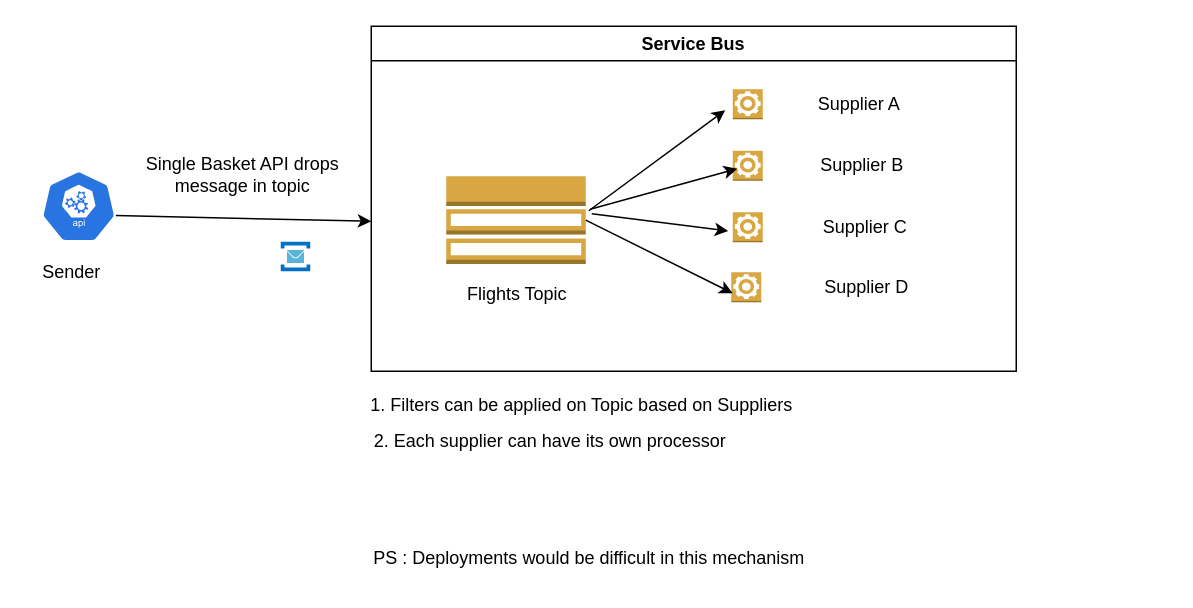
rahulpandey1589/solution-diagrams keeps this draw.io diagram as page "Flights" (2 of 2) of BookingProcess_Hotels.drawio. Above is the earlier version. Source tidied: cells renumbered, new cells numbered last; positions are measured from the earlier drawing's top-left corner, leaving out a move shared by most shapes. Both pictures are drawn from the tidied source at 150%, with x=0, y=0 at pixel (26, 26).
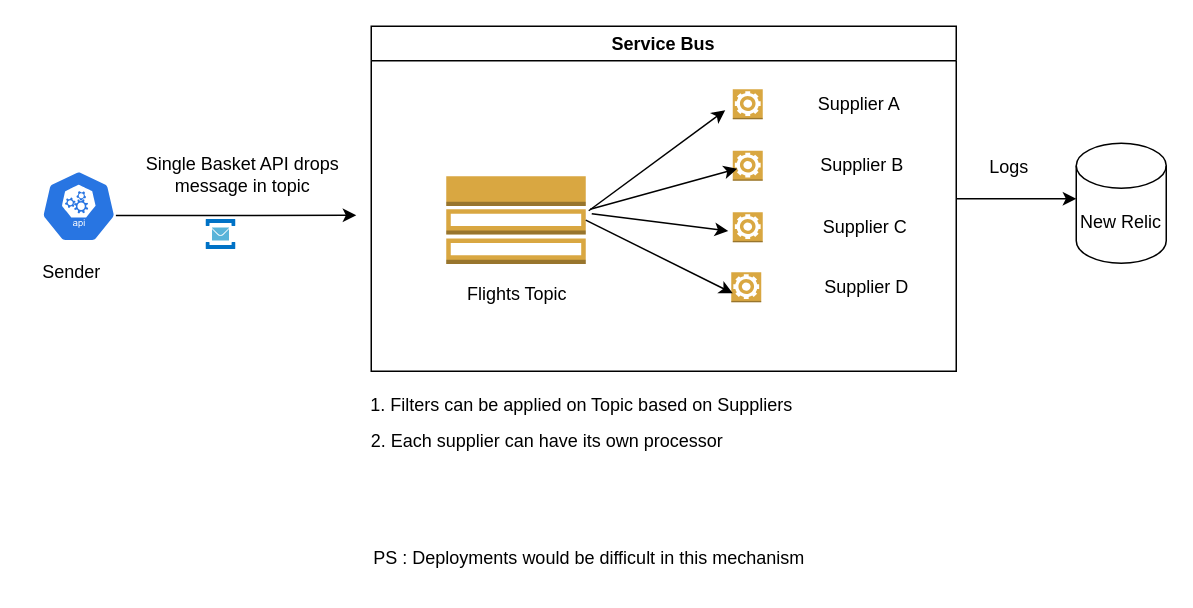
After the change.

The change refers to these unchanged cells:
```xml
<mxCell id="2" style="sketch=0;html=1;dashed=0;whitespace=wrap;fillColor=#2875E2;strokeColor=#ffffff;points=[[0.005,0.63,0],[0.1,0.2,0],[0.9,0.2,0],[0.5,0,0],[0.995,0.63,0],[0.72,0.99,0],[0.5,1,0],[0.28,0.99,0]];verticalLabelPosition=bottom;align=center;verticalAlign=top;shape=mxgraph.kubernetes.icon;prIcon=api;" parent="1" vertex="1">
  <mxGeometry x="10" y="96" width="50" height="48" as="geometry" />
</mxCell>
```

Diff of the diagram source:
```diff
@@
     <mxCell id="3" style="endArrow=classic;html=1;rounded=0;exitX=0.995;exitY=0.63;exitDx=0;exitDy=0;exitPerimeter=0;" parent="1" edge="1" source="2">
       <mxGeometry relative="1" as="geometry">
-        <mxPoint x="230" y="130" as="targetPoint" />
+        <mxPoint x="220" y="126" as="targetPoint" />
       </mxGeometry>
     </mxCell>
@@
     <mxCell id="5" style="image;sketch=0;html=1;align=center;fontSize=12;image=img/lib/mscae/Service_Bus.svg;" parent="1" vertex="1">
-      <mxGeometry x="170" y="144" width="20" height="20" as="geometry" />
+      <mxGeometry x="120" y="129" width="20" height="20" as="geometry" />
     </mxCell>
@@
     <mxCell id="22" value="2. Each supplier can have its own processor" style="text;html=1;align=center;verticalAlign=middle;strokeColor=none;fillColor=none;" parent="1" vertex="1">
-      <mxGeometry x="219" y="262" width="260" height="30" as="geometry" />
+      <mxGeometry x="217" y="262" width="260" height="30" as="geometry" />
     </mxCell>
@@
     <mxCell id="24" value="Service Bus" style="swimlane;whiteSpace=wrap;html=1;" parent="1" vertex="1">
-      <mxGeometry x="230" width="430" height="230" as="geometry" />
+      <mxGeometry x="230" width="390" height="230" as="geometry" />
     </mxCell>
+    <mxCell id="25" style="endArrow=classic;html=1;rounded=0;exitX=1;exitY=0.5;exitDx=0;exitDy=0;" parent="1" edge="1" source="24">
+      <mxGeometry relative="1" as="geometry">
+        <mxPoint x="700" y="115" as="targetPoint" />
+      </mxGeometry>
+    </mxCell>
+    <mxCell id="26" value="New Relic" style="shape=cylinder3;whiteSpace=wrap;html=1;boundedLbl=1;backgroundOutline=1;size=15;" parent="1" vertex="1">
+      <mxGeometry x="700" y="78" width="60" height="80" as="geometry" />
+    </mxCell>
+    <mxCell id="27" value="Logs" style="text;html=1;align=center;verticalAlign=middle;strokeColor=none;fillColor=none;" parent="1" vertex="1">
+      <mxGeometry x="630" y="79" width="50" height="30" as="geometry" />
+    </mxCell>
```
